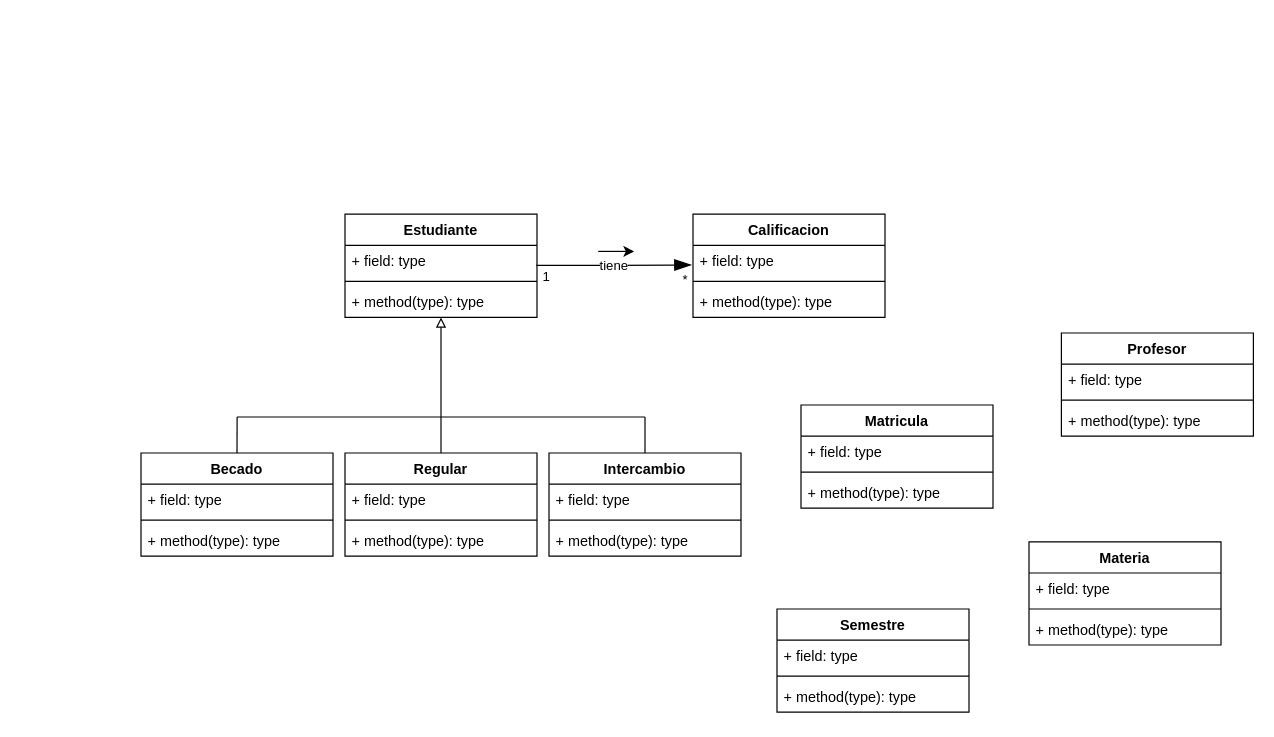
Before: Diagrama UML.drawio in samuelperezh/sistema-universitario-poo, a draw.io diagram. Source tidied: cells renumbered, new cells numbered last; positions are measured from the earlier drawing's top-left corner, leaving out a move shared by most shapes. Both pictures are drawn from the tidied source at 120%, with x=0, y=0 at pixel (140, 214).
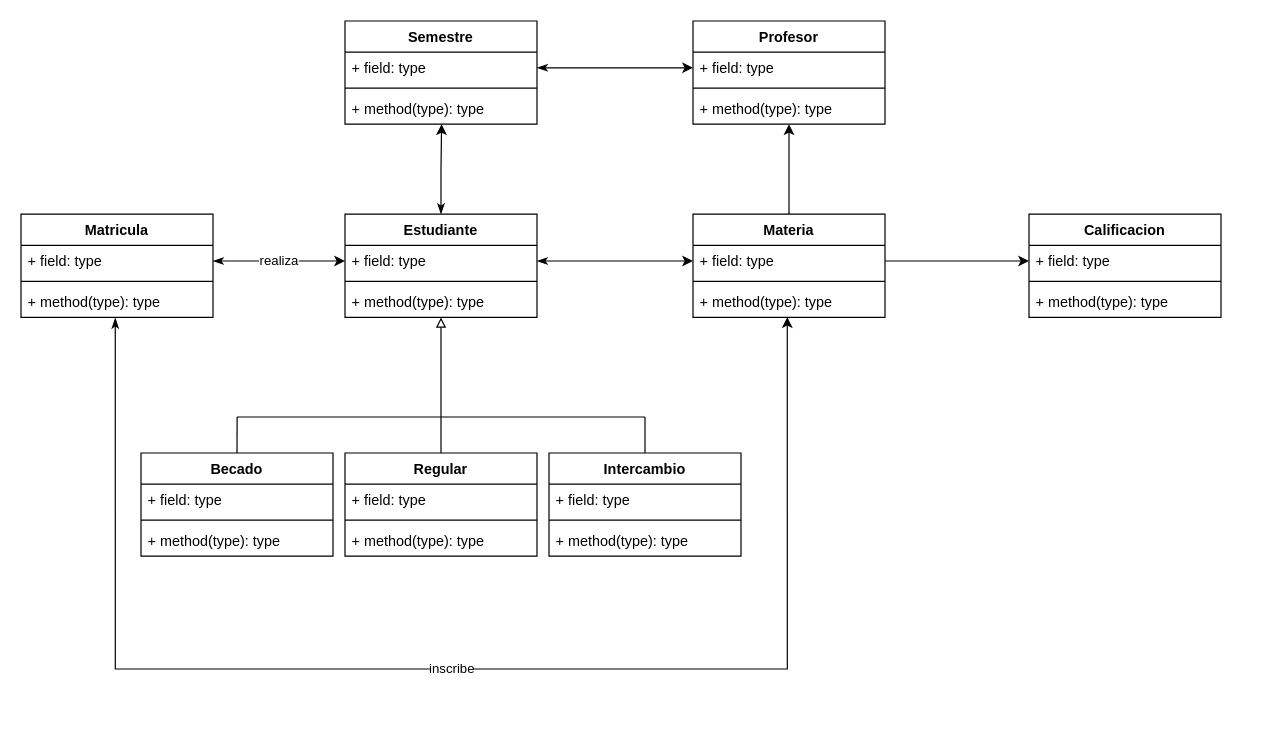
After the change.

Commit message (it also covers changes not shown here):
Actualización Diagrama UML

The change refers to these unchanged cells:
```xml
<mxCell id="2" value="Estudiante" style="swimlane;fontStyle=1;align=center;verticalAlign=top;horizontal=1;startSize=26;fillColor=none;" parent="1" vertex="1">
  <mxGeometry x="170" width="160" height="86" as="geometry" />
</mxCell>
<mxCell id="3" value="+ field: type" style="text;strokeColor=none;fillColor=none;align=left;verticalAlign=top;spacingLeft=4;spacingRight=4;overflow=hidden;points=[[0,0.5],[1,0.5]];portConstraint=eastwest;" parent="2" vertex="1">
  <mxGeometry y="26" width="160" height="26" as="geometry" />
</mxCell>
<mxCell id="7" value="+ field: type" style="text;strokeColor=none;fillColor=none;align=left;verticalAlign=top;spacingLeft=4;spacingRight=4;overflow=hidden;points=[[0,0.5],[1,0.5]];portConstraint=eastwest;" parent="6" vertex="1">
  <mxGeometry y="26" width="160" height="26" as="geometry" />
</mxCell>
<mxCell id="11" value="+ field: type" style="text;strokeColor=none;fillColor=none;align=left;verticalAlign=top;spacingLeft=4;spacingRight=4;overflow=hidden;points=[[0,0.5],[1,0.5]];portConstraint=eastwest;" parent="10" vertex="1">
  <mxGeometry y="26" width="160" height="26" as="geometry" />
</mxCell>
<mxCell id="13" value="+ method(type): type" style="text;strokeColor=none;fillColor=none;align=left;verticalAlign=top;spacingLeft=4;spacingRight=4;overflow=hidden;points=[[0,0.5],[1,0.5]];portConstraint=eastwest;" parent="10" vertex="1">
  <mxGeometry y="60" width="160" height="26" as="geometry" />
</mxCell>
<mxCell id="15" value="+ field: type" style="text;strokeColor=none;fillColor=none;align=left;verticalAlign=top;spacingLeft=4;spacingRight=4;overflow=hidden;points=[[0,0.5],[1,0.5]];portConstraint=eastwest;" parent="14" vertex="1">
  <mxGeometry y="26" width="160" height="26" as="geometry" />
</mxCell>
<mxCell id="17" value="+ method(type): type" style="text;strokeColor=none;fillColor=none;align=left;verticalAlign=top;spacingLeft=4;spacingRight=4;overflow=hidden;points=[[0,0.5],[1,0.5]];portConstraint=eastwest;" parent="14" vertex="1">
  <mxGeometry y="60" width="160" height="26" as="geometry" />
</mxCell>
<mxCell id="19" value="+ field: type" style="text;strokeColor=none;fillColor=none;align=left;verticalAlign=top;spacingLeft=4;spacingRight=4;overflow=hidden;points=[[0,0.5],[1,0.5]];portConstraint=eastwest;" parent="18" vertex="1">
  <mxGeometry y="26" width="160" height="26" as="geometry" />
</mxCell>
<mxCell id="21" value="+ method(type): type" style="text;strokeColor=none;fillColor=none;align=left;verticalAlign=top;spacingLeft=4;spacingRight=4;overflow=hidden;points=[[0,0.5],[1,0.5]];portConstraint=eastwest;" parent="18" vertex="1">
  <mxGeometry y="60" width="160" height="26" as="geometry" />
</mxCell>
<mxCell id="23" value="+ field: type" style="text;strokeColor=none;fillColor=none;align=left;verticalAlign=top;spacingLeft=4;spacingRight=4;overflow=hidden;points=[[0,0.5],[1,0.5]];portConstraint=eastwest;" parent="22" vertex="1">
  <mxGeometry y="26" width="160" height="26" as="geometry" />
</mxCell>
```

Diff of the diagram source:
```diff
@@
+    <mxCell id="52" style="edgeStyle=orthogonalEdgeStyle;rounded=0;jettySize=auto;html=1;exitX=0.5;exitY=0;exitDx=0;exitDy=0;entryX=0.503;entryY=1;entryDx=0;entryDy=0;entryPerimeter=0;startArrow=classicThin;startFill=1;endArrow=classic;endFill=1;" parent="1" edge="1" source="2" target="21">
+      <mxGeometry relative="1" as="geometry" />
+    </mxCell>
@@
-    <mxCell id="6" value="Materia" style="swimlane;fontStyle=1;align=center;verticalAlign=top;horizontal=1;startSize=26;fillColor=none;" parent="1" vertex="1">
-      <mxGeometry x="740" y="273" width="160" height="86" as="geometry" />
+    <mxCell id="6" value="Calificacion" style="swimlane;fontStyle=1;align=center;verticalAlign=top;horizontal=1;startSize=26;fillColor=none;" parent="1" vertex="1">
+      <mxGeometry x="740" width="160" height="86" as="geometry" />
     </mxCell>
@@
+    <mxCell id="53" value="inscribe" style="edgeStyle=orthogonalEdgeStyle;rounded=0;jettySize=auto;html=1;startArrow=classicThin;startFill=1;endArrow=classic;endFill=1;entryX=0.491;entryY=0.992;entryDx=0;entryDy=0;entryPerimeter=0;exitX=0.491;exitY=1.016;exitDx=0;exitDy=0;exitPerimeter=0;" parent="1" edge="1" source="13" target="17">
+      <mxGeometry relative="1" as="geometry">
+        <Array as="points">
+          <mxPoint x="-21" y="379" />
+          <mxPoint x="539" y="379" />
+        </Array>
+      </mxGeometry>
+    </mxCell>
     <mxCell id="10" value="Matricula" style="swimlane;fontStyle=1;align=center;verticalAlign=top;horizontal=1;startSize=26;fillColor=none;" parent="1" vertex="1">
-      <mxGeometry x="550" y="159" width="160" height="86" as="geometry" />
+      <mxGeometry x="-100" width="160" height="86" as="geometry" />
     </mxCell>
@@
+    <mxCell id="54" style="edgeStyle=orthogonalEdgeStyle;rounded=0;jettySize=auto;html=1;exitX=0.5;exitY=0;exitDx=0;exitDy=0;entryX=0.5;entryY=1;entryDx=0;entryDy=0;" parent="1" edge="1" source="14" target="22">
+      <mxGeometry relative="1" as="geometry" />
+    </mxCell>
-    <mxCell id="14" value="Calificacion" style="swimlane;fontStyle=1;align=center;verticalAlign=top;horizontal=1;startSize=26;fillColor=none;" parent="1" vertex="1">
+    <mxCell id="14" value="Materia" style="swimlane;fontStyle=1;align=center;verticalAlign=top;horizontal=1;startSize=26;fillColor=none;" parent="1" vertex="1">
       <mxGeometry x="460" width="160" height="86" as="geometry" />
     </mxCell>
@@
     <mxCell id="18" value="Semestre" style="swimlane;fontStyle=1;align=center;verticalAlign=top;horizontal=1;startSize=26;fillColor=none;" parent="1" vertex="1">
-      <mxGeometry x="530" y="329" width="160" height="86" as="geometry" />
+      <mxGeometry x="170" y="-161" width="160" height="86" as="geometry" />
     </mxCell>
@@
     <mxCell id="22" value="Profesor" style="swimlane;fontStyle=1;align=center;verticalAlign=top;horizontal=1;startSize=26;fillColor=none;" parent="1" vertex="1">
-      <mxGeometry x="767" y="99" width="160" height="86" as="geometry" />
+      <mxGeometry x="460" y="-161" width="160" height="86" as="geometry" />
     </mxCell>
@@
-    <mxCell id="47" style="group;" parent="1" vertex="1">
-      <mxGeometry x="381" y="31" width="30" as="geometry" />
-    </mxCell>
+    <mxCell id="55" style="edgeStyle=orthogonalEdgeStyle;rounded=0;jettySize=auto;html=1;exitX=1;exitY=0.5;exitDx=0;exitDy=0;entryX=0;entryY=0.5;entryDx=0;entryDy=0;" parent="1" edge="1" source="15" target="7">
+      <mxGeometry relative="1" as="geometry" />
+    </mxCell>
+    <mxCell id="56" value="realiza" style="edgeStyle=orthogonalEdgeStyle;rounded=0;jettySize=auto;html=1;exitX=1;exitY=0.5;exitDx=0;exitDy=0;entryX=0;entryY=0.5;entryDx=0;entryDy=0;startArrow=classicThin;startFill=1;endArrow=classic;endFill=1;" parent="1" edge="1" source="11" target="3">
+      <mxGeometry relative="1" as="geometry" />
+    </mxCell>
+    <mxCell id="57" style="edgeStyle=orthogonalEdgeStyle;rounded=0;jettySize=auto;html=1;exitX=1;exitY=0.5;exitDx=0;exitDy=0;entryX=0;entryY=0.5;entryDx=0;entryDy=0;startArrow=classicThin;startFill=1;endArrow=classic;endFill=1;" parent="1" edge="1" source="19" target="23">
+      <mxGeometry relative="1" as="geometry" />
+    </mxCell>
-    <mxCell id="48" value="tiene" style="endArrow=blockThin;html=1;endSize=12;startArrow=none;startSize=14;startFill=0;edgeStyle=orthogonalEdgeStyle;rounded=0;strokeWidth=1;exitX=0.996;exitY=0.643;exitDx=0;exitDy=0;exitPerimeter=0;entryX=-0.007;entryY=0.626;entryDx=0;entryDy=0;entryPerimeter=0;endFill=1;" parent="47" edge="1" source="3" target="15">
+    <mxCell id="48" style="edgeStyle=orthogonalEdgeStyle;rounded=0;jettySize=auto;html=1;exitX=1;exitY=0.5;exitDx=0;exitDy=0;startArrow=classicThin;startFill=1;endArrow=classic;endFill=1;entryX=0;entryY=0.5;entryDx=0;entryDy=0;" parent="1" edge="1" source="3" target="15">
       <mxGeometry relative="1" as="geometry" />
     </mxCell>
-    <mxCell id="49" value="1" style="edgeLabel;html=1;align=left;verticalAlign=top;fillColor=none;labelBackgroundColor=none;" parent="48" vertex="1">
-      <mxGeometry x="-1" relative="1" as="geometry">
-        <mxPoint x="4" y="-4" as="offset" />
-      </mxGeometry>
-    </mxCell>
-    <mxCell id="50" value="*" style="edgeLabel;html=1;align=right;verticalAlign=top;fillColor=none;labelBackgroundColor=none;" parent="48" vertex="1">
-      <mxGeometry x="1" relative="1" as="geometry">
-        <mxPoint x="-3" as="offset" />
-      </mxGeometry>
-    </mxCell>
-    <mxCell id="51" style="endArrow=classic;html=1;rounded=0;strokeWidth=1;" parent="47" edge="1">
-      <mxGeometry relative="1" as="geometry">
-        <mxPoint as="sourcePoint" />
-        <mxPoint x="30" as="targetPoint" />
-      </mxGeometry>
-    </mxCell>
```
